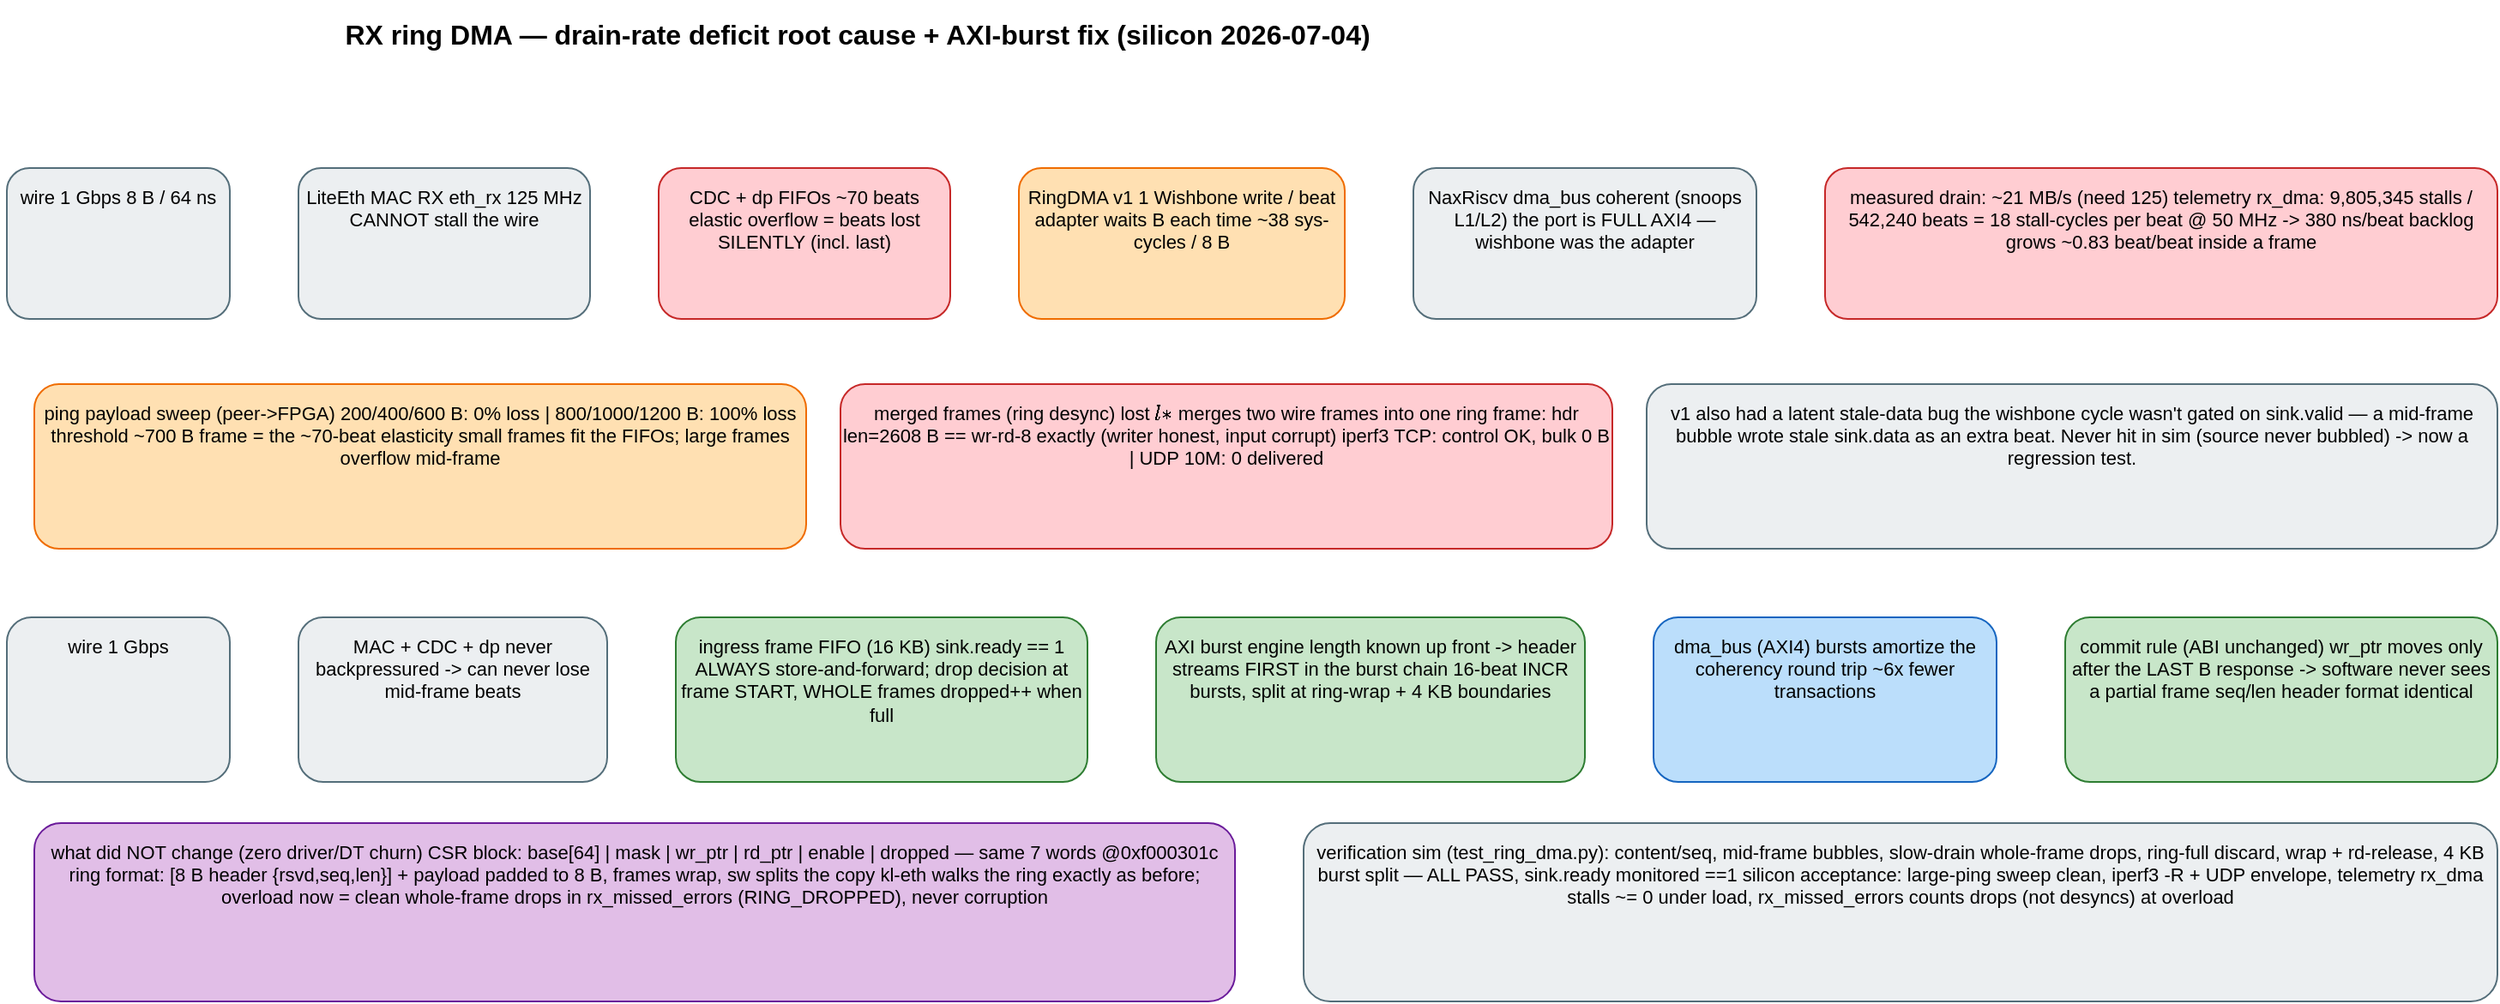
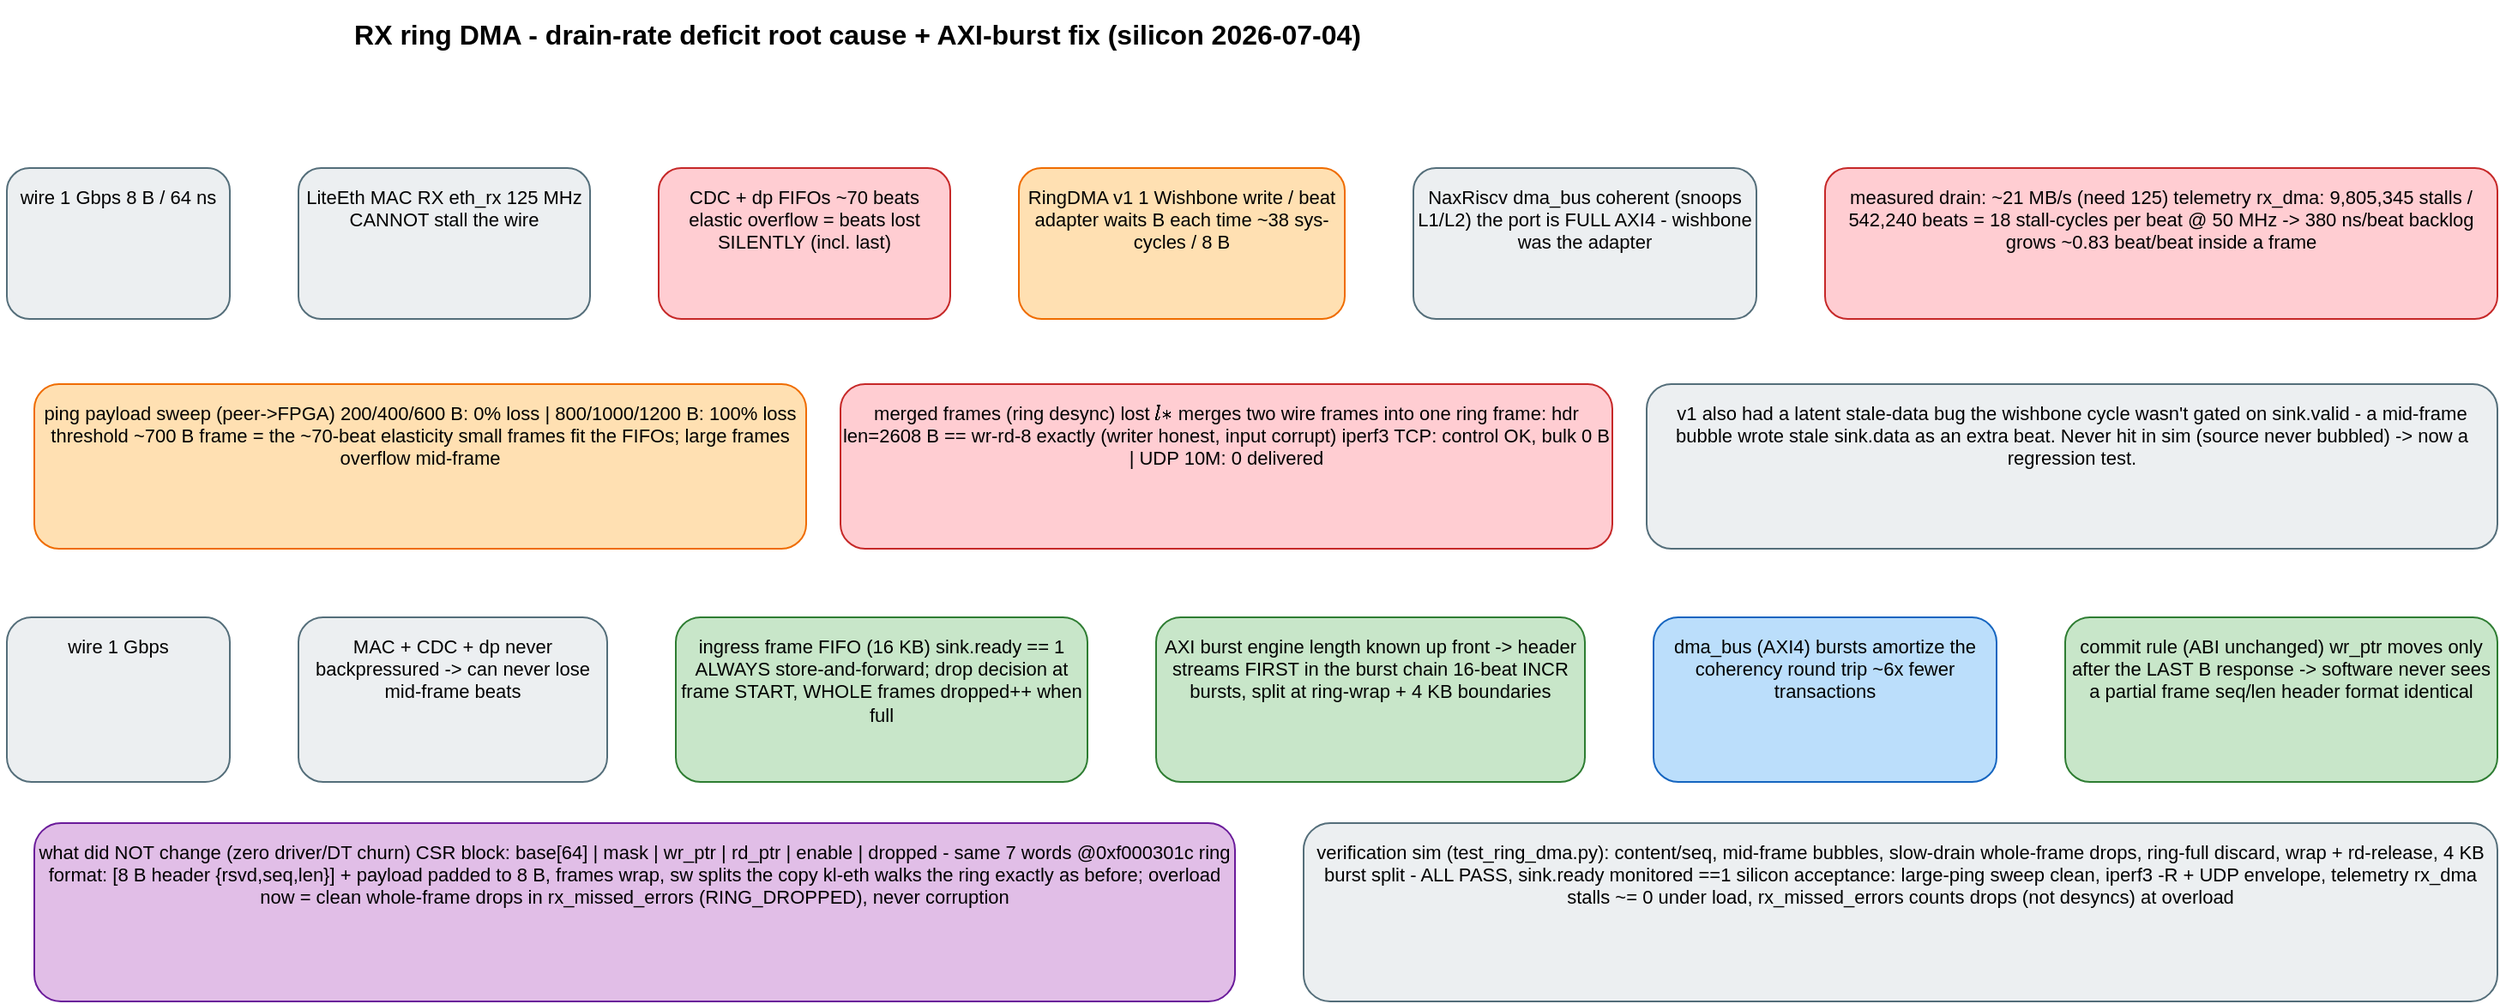
- <mxfile host="app.diagrams.net"><diagram name="RX_RING_DMA"><mxGraphModel dx="1400" dy="900" grid="0" page="1" pageWidth="1500" pageHeight="620"><root><mxCell id="0"/><mxCell id="1" parent="0"/><mxCell id="n2" value="RX ring DMA — drain-rate deficit root cause + AXI-burst fix (silicon 2026-07-04)" style="rounded=1;whiteSpace=wrap;html=1;fillColor=none;strokeColor=none;fontSize=16;verticalAlign=top;spacingTop=4;fontStyle=1;" vertex="1" parent="1"><mxGeometry x="20" y="10" width="1000" height="30" as="geometry"/></mxCell><mxCell id="n3" value="wire
+ <mxfile host="app.diagrams.net"><diagram name="RX_RING_DMA"><mxGraphModel dx="1400" dy="900" grid="0" page="1" pageWidth="1500" pageHeight="620"><root><mxCell id="0"/><mxCell id="1" parent="0"/><mxCell id="n2" value="RX ring DMA  -  drain-rate deficit root cause + AXI-burst fix (silicon 2026-07-04)" style="rounded=1;whiteSpace=wrap;html=1;fillColor=none;strokeColor=none;fontSize=16;verticalAlign=top;spacingTop=4;fontStyle=1;" vertex="1" parent="1"><mxGeometry x="20" y="10" width="1000" height="30" as="geometry"/></mxCell><mxCell id="n3" value="wire
1 Gbps
8 B / 64 ns" style="rounded=1;whiteSpace=wrap;html=1;fillColor=#ECEFF1;strokeColor=#546E7A;fontSize=11;verticalAlign=top;spacingTop=4;" vertex="1" parent="1"><mxGeometry x="24" y="108" width="130" height="88" as="geometry"/></mxCell><mxCell id="n4" value="LiteEth MAC RX
eth_rx 125 MHz
CANNOT stall the wire" style="rounded=1;whiteSpace=wrap;html=1;fillColor=#ECEFF1;strokeColor=#546E7A;fontSize=11;verticalAlign=top;spacingTop=4;" vertex="1" parent="1"><mxGeometry x="194" y="108" width="170" height="88" as="geometry"/></mxCell><mxCell id="n5" value="CDC + dp FIFOs
~70 beats elastic
overflow = beats lost
SILENTLY (incl. last)" style="rounded=1;whiteSpace=wrap;html=1;fillColor=#FFCDD2;strokeColor=#C62828;fontSize=11;verticalAlign=top;spacingTop=4;" vertex="1" parent="1"><mxGeometry x="404" y="108" width="170" height="88" as="geometry"/></mxCell><mxCell id="n6" value="RingDMA v1
1 Wishbone write / beat
adapter waits B each time
~38 sys-cycles / 8 B" style="rounded=1;whiteSpace=wrap;html=1;fillColor=#FFE0B2;strokeColor=#EF6C00;fontSize=11;verticalAlign=top;spacingTop=4;" vertex="1" parent="1"><mxGeometry x="614" y="108" width="190" height="88" as="geometry"/></mxCell><mxCell id="n7" value="NaxRiscv dma_bus
coherent (snoops L1/L2)
- the port is FULL AXI4 —
+ the port is FULL AXI4  -
wishbone was the adapter" style="rounded=1;whiteSpace=wrap;html=1;fillColor=#ECEFF1;strokeColor=#546E7A;fontSize=11;verticalAlign=top;spacingTop=4;" vertex="1" parent="1"><mxGeometry x="844" y="108" width="200" height="88" as="geometry"/></mxCell><mxCell id="n8" value="measured drain: ~21 MB/s  (need 125)
telemetry rx_dma: 9,805,345 stalls / 542,240 beats
= 18 stall-cycles per beat @ 50 MHz -&gt; 380 ns/beat
backlog grows ~0.83 beat/beat inside a frame" style="rounded=1;whiteSpace=wrap;html=1;fillColor=#FFCDD2;strokeColor=#C62828;fontSize=11;verticalAlign=top;spacingTop=4;" vertex="1" parent="1"><mxGeometry x="1084" y="108" width="392" height="88" as="geometry"/></mxCell><mxCell id="n9" value="ping payload sweep (peer-&gt;FPGA)
200/400/600 B: 0% loss   |   800/1000/1200 B: 100% loss
threshold ~700 B frame = the ~70-beat elasticity
small frames fit the FIFOs; large frames overflow mid-frame" style="rounded=1;whiteSpace=wrap;html=1;fillColor=#FFE0B2;strokeColor=#EF6C00;fontSize=11;verticalAlign=top;spacingTop=4;" vertex="1" parent="1"><mxGeometry x="40" y="234" width="450" height="96" as="geometry"/></mxCell><mxCell id="n10" value="merged frames (ring desync)
lost `last` merges two wire frames into one ring frame:
hdr len=2608 B == wr-rd-8 exactly (writer honest, input corrupt)
iperf3 TCP: control OK, bulk 0 B  |  UDP 10M: 0 delivered" style="rounded=1;whiteSpace=wrap;html=1;fillColor=#FFCDD2;strokeColor=#C62828;fontSize=11;verticalAlign=top;spacingTop=4;" vertex="1" parent="1"><mxGeometry x="510" y="234" width="450" height="96" as="geometry"/></mxCell><mxCell id="n11" value="v1 also had a latent stale-data bug
- the wishbone cycle wasn&#x27;t gated on sink.valid — a mid-frame
+ the wishbone cycle wasn&#x27;t gated on sink.valid  -  a mid-frame
bubble wrote stale sink.data as an extra beat. Never hit in
sim (source never bubbled) -&gt; now a regression test." style="rounded=1;whiteSpace=wrap;html=1;fillColor=#ECEFF1;strokeColor=#546E7A;fontSize=11;verticalAlign=top;spacingTop=4;" vertex="1" parent="1"><mxGeometry x="980" y="234" width="496" height="96" as="geometry"/></mxCell><mxCell id="n12" value="wire
1 Gbps" style="rounded=1;whiteSpace=wrap;html=1;fillColor=#ECEFF1;strokeColor=#546E7A;fontSize=11;verticalAlign=top;spacingTop=4;" vertex="1" parent="1"><mxGeometry x="24" y="370" width="130" height="96" as="geometry"/></mxCell><mxCell id="n13" value="MAC + CDC + dp
never backpressured
-&gt; can never lose
mid-frame beats" style="rounded=1;whiteSpace=wrap;html=1;fillColor=#ECEFF1;strokeColor=#546E7A;fontSize=11;verticalAlign=top;spacingTop=4;" vertex="1" parent="1"><mxGeometry x="194" y="370" width="180" height="96" as="geometry"/></mxCell><mxCell id="n14" value="ingress frame FIFO (16 KB)
sink.ready == 1 ALWAYS
store-and-forward; drop decision
at frame START, WHOLE frames
dropped++ when full" style="rounded=1;whiteSpace=wrap;html=1;fillColor=#C8E6C9;strokeColor=#2E7D32;fontSize=11;verticalAlign=top;spacingTop=4;" vertex="1" parent="1"><mxGeometry x="414" y="370" width="240" height="96" as="geometry"/></mxCell><mxCell id="n15" value="AXI burst engine
length known up front -&gt; header
streams FIRST in the burst chain
16-beat INCR bursts, split at
ring-wrap + 4 KB boundaries" style="rounded=1;whiteSpace=wrap;html=1;fillColor=#C8E6C9;strokeColor=#2E7D32;fontSize=11;verticalAlign=top;spacingTop=4;" vertex="1" parent="1"><mxGeometry x="694" y="370" width="250" height="96" as="geometry"/></mxCell><mxCell id="n16" value="dma_bus (AXI4)
bursts amortize the
coherency round trip
~6x fewer transactions" style="rounded=1;whiteSpace=wrap;html=1;fillColor=#BBDEFB;strokeColor=#1565C0;fontSize=11;verticalAlign=top;spacingTop=4;" vertex="1" parent="1"><mxGeometry x="984" y="370" width="200" height="96" as="geometry"/></mxCell><mxCell id="n17" value="commit rule (ABI unchanged)
wr_ptr moves only after the
LAST B response -&gt; software
never sees a partial frame
seq/len header format identical" style="rounded=1;whiteSpace=wrap;html=1;fillColor=#C8E6C9;strokeColor=#2E7D32;fontSize=11;verticalAlign=top;spacingTop=4;" vertex="1" parent="1"><mxGeometry x="1224" y="370" width="252" height="96" as="geometry"/></mxCell><mxCell id="n18" value="what did NOT change (zero driver/DT churn)
- CSR block: base[64] | mask | wr_ptr | rd_ptr | enable | dropped — same 7 words @0xf000301c
+ CSR block: base[64] | mask | wr_ptr | rd_ptr | enable | dropped  -  same 7 words @0xf000301c
ring format: [8 B header {rsvd,seq,len}] + payload padded to 8 B, frames wrap, sw splits the copy
kl-eth walks the ring exactly as before; overload now = clean whole-frame drops in
rx_missed_errors (RING_DROPPED), never corruption" style="rounded=1;whiteSpace=wrap;html=1;fillColor=#E1BEE7;strokeColor=#6A1B9A;fontSize=11;verticalAlign=top;spacingTop=4;" vertex="1" parent="1"><mxGeometry x="40" y="490" width="700" height="104" as="geometry"/></mxCell><mxCell id="n19" value="verification
sim (test_ring_dma.py): content/seq, mid-frame bubbles, slow-drain whole-frame drops,
- ring-full discard, wrap + rd-release, 4 KB burst split — ALL PASS, sink.ready monitored ==1
+ ring-full discard, wrap + rd-release, 4 KB burst split  -  ALL PASS, sink.ready monitored ==1
silicon acceptance: large-ping sweep clean, iperf3 -R + UDP envelope, telemetry rx_dma
stalls ~= 0 under load, rx_missed_errors counts drops (not desyncs) at overload" style="rounded=1;whiteSpace=wrap;html=1;fillColor=#ECEFF1;strokeColor=#546E7A;fontSize=11;verticalAlign=top;spacingTop=4;" vertex="1" parent="1"><mxGeometry x="780" y="490" width="696" height="104" as="geometry"/></mxCell></root></mxGraphModel></diagram></mxfile>